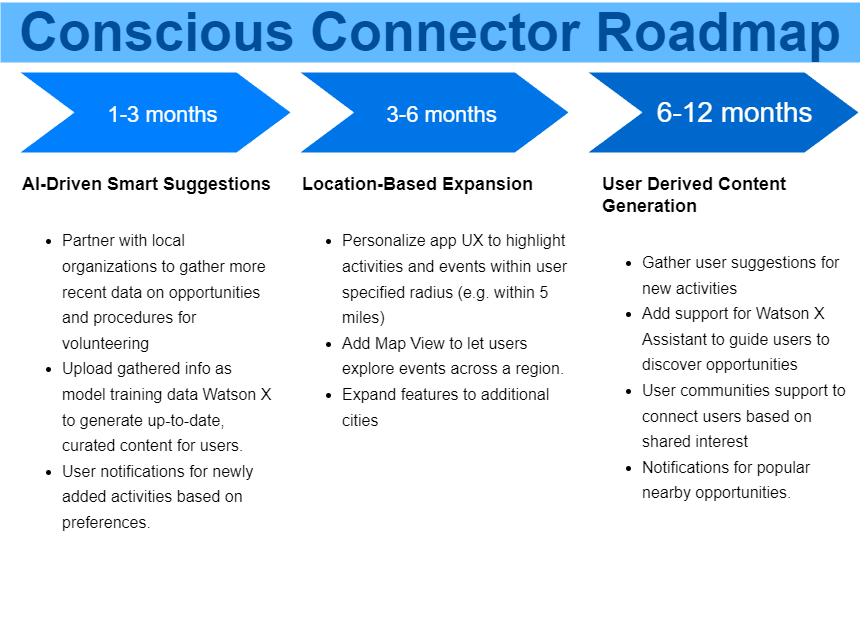
The draw.io diagram images/Roadmap-ConsciousConnector.drawio.png in blackhammer/ibm-cfc2024, before a commit. Source tidied: cells renumbered, new cells last; positions are measured from the earlier drawing's top-left corner, leaving out a move shared by most shapes. The source it was exported from:
```xml
<mxGraphModel>
  <root>
    <mxCell id="0" />
    <mxCell id="1" parent="0" />
    <mxCell id="2" value="&lt;font style=&quot;font-size: 22px;&quot;&gt;&amp;nbsp; &lt;/font&gt;&lt;font size=&quot;1&quot; style=&quot;&quot;&gt;&amp;nbsp;&lt;/font&gt;&lt;font style=&quot;font-size: 22px;&quot;&gt;1-3 months&lt;/font&gt;" style="shape=step;whiteSpace=wrap;html=1;fontSize=28;fillColor=#0080FF;fontColor=#FFFFFF;strokeColor=none;" parent="1" vertex="1">
      <mxGeometry x="20" y="70" width="270" height="80" as="geometry" />
    </mxCell>
    <mxCell id="3" value="&lt;font style=&quot;font-size: 22px;&quot;&gt;&amp;nbsp;&amp;nbsp;&lt;/font&gt;&lt;font style=&quot;&quot;&gt;&lt;span style=&quot;font-size: 11px;&quot;&gt;&amp;nbsp;&lt;/span&gt;&lt;font style=&quot;font-size: 22px;&quot;&gt;3&lt;/font&gt;&lt;/font&gt;&lt;font style=&quot;font-size: 22px;&quot;&gt;-6 months&lt;/font&gt;" style="shape=step;whiteSpace=wrap;html=1;fontSize=28;fillColor=#0075E8;fontColor=#FFFFFF;strokeColor=none;" parent="1" vertex="1">
      <mxGeometry x="300" y="70" width="268" height="80" as="geometry" />
    </mxCell>
    <mxCell id="4" value="&amp;nbsp; &amp;nbsp;6-12 months" style="shape=step;whiteSpace=wrap;html=1;fontSize=28;fillColor=#0067CC;fontColor=#FFFFFF;strokeColor=none;" parent="1" vertex="1">
      <mxGeometry x="588" y="70" width="270" height="80" as="geometry" />
    </mxCell>
    <mxCell id="5" value="Conscious Connector Roadmap" style="text;html=1;strokeColor=none;fillColor=#61BAFF;align=center;verticalAlign=middle;whiteSpace=wrap;fontSize=54;fontStyle=1;fontColor=#004D99;" parent="1" vertex="1">
      <mxGeometry width="860" height="60" as="geometry" />
    </mxCell>
    <mxCell id="6" value="&lt;b style=&quot;&quot;&gt;&lt;font style=&quot;font-size: 18px;&quot;&gt;AI-Driven Smart Suggestions&lt;/font&gt;&lt;/b&gt;&lt;div&gt;&lt;span style=&quot;font-size: 14px;&quot;&gt;&lt;b&gt;&lt;br&gt;&lt;/b&gt;&lt;/span&gt;&lt;/div&gt;&lt;div style=&quot;font-size: 16px;&quot;&gt;&lt;ul style=&quot;line-height: 160%;&quot;&gt;&lt;li&gt;&lt;span style=&quot;&quot;&gt;Partner with local organizations to gather more recent data on opportunities and procedures for volunteering&lt;/span&gt;&lt;/li&gt;&lt;li&gt;&lt;span style=&quot;&quot;&gt;Upload gathered info as&amp;nbsp; model training data Watson X to generate up-to-date, curated content for users.&lt;/span&gt;&lt;/li&gt;&lt;li&gt;&lt;span style=&quot;&quot;&gt;User notifications for newly added activities based on preferences.&lt;/span&gt;&lt;/li&gt;&lt;/ul&gt;&lt;/div&gt;" style="text;spacingTop=-5;fillColor=#ffffff;whiteSpace=wrap;html=1;align=left;fontSize=12;fontFamily=Helvetica;fillColor=none;strokeColor=none;" parent="1" vertex="1">
      <mxGeometry x="20" y="170" width="260" height="470" as="geometry" />
    </mxCell>
    <mxCell id="7" value="&lt;b&gt;&lt;font style=&quot;font-size: 18px;&quot;&gt;Location-Based Expansion&lt;/font&gt;&lt;/b&gt;&lt;div&gt;&lt;span style=&quot;font-size: 14px;&quot;&gt;&lt;b&gt;&lt;br&gt;&lt;/b&gt;&lt;/span&gt;&lt;/div&gt;&lt;div style=&quot;font-size: 16px;&quot;&gt;&lt;ul style=&quot;line-height: 25.6px;&quot;&gt;&lt;li&gt;Personalize app UX to highlight activities and events within user specified radius (e.g. within 5 miles)&lt;/li&gt;&lt;li&gt;Add Map View to let users explore events across a region.&lt;/li&gt;&lt;li&gt;Expand features to additional cities&lt;/li&gt;&lt;/ul&gt;&lt;/div&gt;" style="text;spacingTop=-5;fillColor=#ffffff;whiteSpace=wrap;html=1;align=left;fontSize=12;fontFamily=Helvetica;fillColor=none;strokeColor=none;" parent="1" vertex="1">
      <mxGeometry x="300" y="170" width="270" height="470" as="geometry" />
    </mxCell>
    <mxCell id="8" value="&lt;b&gt;&lt;font style=&quot;font-size: 18px;&quot;&gt;User Derived Content Generation&lt;/font&gt;&lt;/b&gt;&lt;div&gt;&lt;span style=&quot;font-size: 14px;&quot;&gt;&lt;b&gt;&lt;br&gt;&lt;/b&gt;&lt;/span&gt;&lt;/div&gt;&lt;div style=&quot;font-size: 16px;&quot;&gt;&lt;ul style=&quot;line-height: 25.6px;&quot;&gt;&lt;li&gt;Gather user suggestions for new activities&lt;/li&gt;&lt;li&gt;Add support for Watson X Assistant to guide users to discover opportunities&lt;/li&gt;&lt;li&gt;User communities support to connect users based on shared interest&lt;/li&gt;&lt;li&gt;Notifications for popular nearby opportunities.&amp;nbsp;&lt;/li&gt;&lt;/ul&gt;&lt;/div&gt;" style="text;spacingTop=-5;fillColor=#ffffff;whiteSpace=wrap;html=1;align=left;fontSize=12;fontFamily=Helvetica;fillColor=none;strokeColor=none;" parent="1" vertex="1">
      <mxGeometry x="600" y="170" width="260" height="470" as="geometry" />
    </mxCell>
  </root>
</mxGraphModel>
```
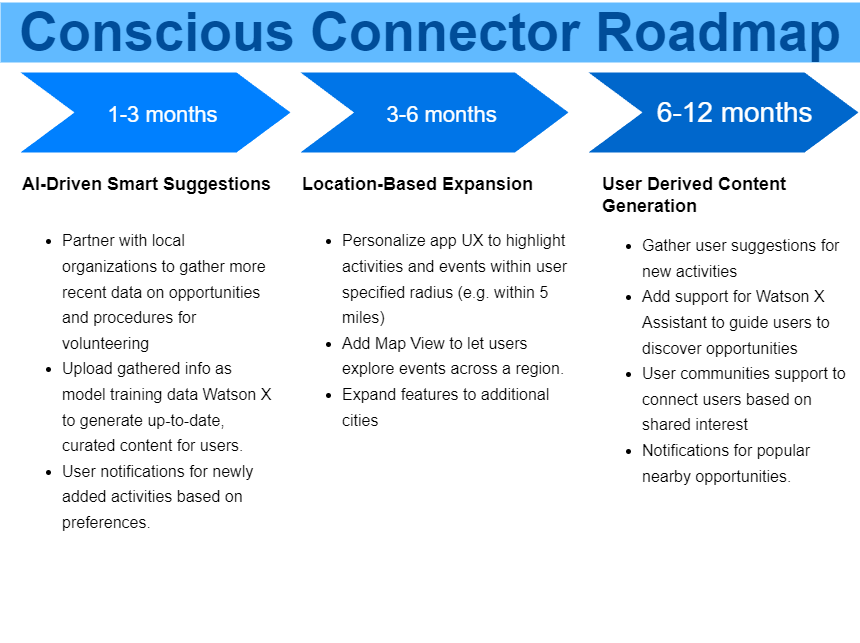
Later version of the same file.

Commit message:
Fix layout in roadmap image

What changed in the source:
```diff
@@ -20,7 +20,7 @@
     <mxCell id="7" value="&lt;b&gt;&lt;font style=&quot;font-size: 18px;&quot;&gt;Location-Based Expansion&lt;/font&gt;&lt;/b&gt;&lt;div&gt;&lt;span style=&quot;font-size: 14px;&quot;&gt;&lt;b&gt;&lt;br&gt;&lt;/b&gt;&lt;/span&gt;&lt;/div&gt;&lt;div style=&quot;font-size: 16px;&quot;&gt;&lt;ul style=&quot;line-height: 25.6px;&quot;&gt;&lt;li&gt;Personalize app UX to highlight activities and events within user specified radius (e.g. within 5 miles)&lt;/li&gt;&lt;li&gt;Add Map View to let users explore events across a region.&lt;/li&gt;&lt;li&gt;Expand features to additional cities&lt;/li&gt;&lt;/ul&gt;&lt;/div&gt;" style="text;spacingTop=-5;fillColor=#ffffff;whiteSpace=wrap;html=1;align=left;fontSize=12;fontFamily=Helvetica;fillColor=none;strokeColor=none;" parent="1" vertex="1">
       <mxGeometry x="300" y="170" width="270" height="470" as="geometry" />
     </mxCell>
-    <mxCell id="8" value="&lt;b&gt;&lt;font style=&quot;font-size: 18px;&quot;&gt;User Derived Content Generation&lt;/font&gt;&lt;/b&gt;&lt;div&gt;&lt;span style=&quot;font-size: 14px;&quot;&gt;&lt;b&gt;&lt;br&gt;&lt;/b&gt;&lt;/span&gt;&lt;/div&gt;&lt;div style=&quot;font-size: 16px;&quot;&gt;&lt;ul style=&quot;line-height: 25.6px;&quot;&gt;&lt;li&gt;Gather user suggestions for new activities&lt;/li&gt;&lt;li&gt;Add support for Watson X Assistant to guide users to discover opportunities&lt;/li&gt;&lt;li&gt;User communities support to connect users based on shared interest&lt;/li&gt;&lt;li&gt;Notifications for popular nearby opportunities.&amp;nbsp;&lt;/li&gt;&lt;/ul&gt;&lt;/div&gt;" style="text;spacingTop=-5;fillColor=#ffffff;whiteSpace=wrap;html=1;align=left;fontSize=12;fontFamily=Helvetica;fillColor=none;strokeColor=none;" parent="1" vertex="1">
+    <mxCell id="8" value="&lt;b&gt;&lt;font style=&quot;font-size: 18px;&quot;&gt;User Derived Content Generation&lt;/font&gt;&lt;/b&gt;&lt;div style=&quot;font-size: 16px;&quot;&gt;&lt;ul style=&quot;line-height: 25.6px;&quot;&gt;&lt;li&gt;Gather user suggestions for new activities&lt;/li&gt;&lt;li&gt;Add support for Watson X Assistant to guide users to discover opportunities&lt;/li&gt;&lt;li&gt;User communities support to connect users based on shared interest&lt;/li&gt;&lt;li&gt;Notifications for popular nearby opportunities.&amp;nbsp;&lt;/li&gt;&lt;/ul&gt;&lt;/div&gt;" style="text;spacingTop=-5;fillColor=#ffffff;whiteSpace=wrap;html=1;align=left;fontSize=12;fontFamily=Helvetica;fillColor=none;strokeColor=none;" parent="1" vertex="1">
       <mxGeometry x="600" y="170" width="260" height="470" as="geometry" />
     </mxCell>
   </root>
```
